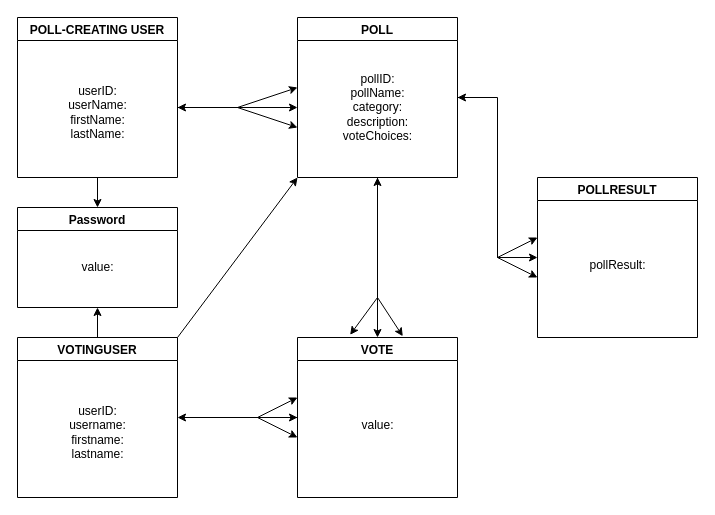
Above: Assignments/AssignmentA/DomainModel/DomainModel.drawio in LisaEliassen/DAT250_Project (draw.io), before the change. Source tidied: cells renumbered, new cells numbered last; positions are measured from the earlier drawing's top-left corner, leaving out a move shared by most shapes. Both pictures are drawn from the tidied source at 100%, with x=0, y=0 at pixel (17, 17).
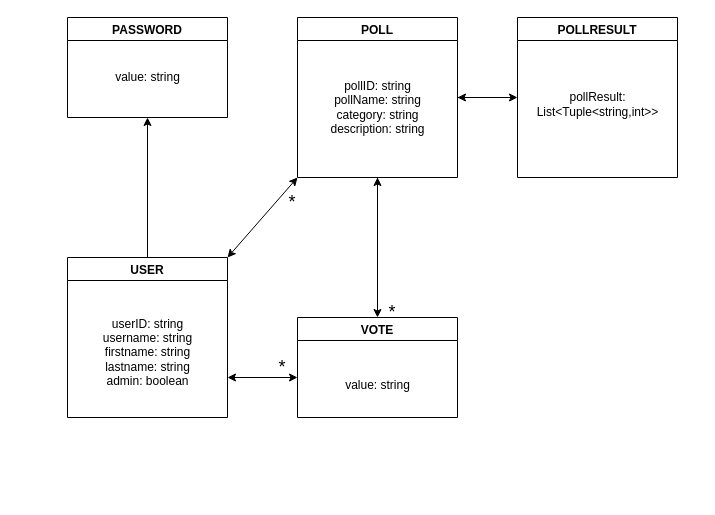
The same diagram, later.

The change refers to these unchanged cells:
```xml
<mxCell id="7" value="POLL" style="swimlane;" parent="1" vertex="1">
  <mxGeometry x="280" width="160" height="160" as="geometry" />
</mxCell>
```

What changed in the source:
```diff
@@
-    <mxCell id="2" value="POLL-CREATING USER" style="swimlane;" parent="1" vertex="1">
-      <mxGeometry width="160" height="160" as="geometry" />
-    </mxCell>
-    <mxCell id="3" value="userID:&lt;br&gt;userName:&lt;br&gt;firstName:&lt;br&gt;lastName:" style="text;html=1;align=center;verticalAlign=middle;strokeColor=none;fillColor=none;" parent="2" vertex="1">
-      <mxGeometry x="40" y="60" width="80" height="70" as="geometry" />
-    </mxCell>
-    <mxCell id="4" value="VOTINGUSER" style="swimlane;" parent="1" vertex="1">
-      <mxGeometry y="320" width="160" height="160" as="geometry" />
+    <mxCell id="4" value="USER" style="swimlane;" parent="1" vertex="1">
+      <mxGeometry x="50" y="240" width="160" height="160" as="geometry" />
     </mxCell>
-    <mxCell id="5" value="userID:&lt;br&gt;username:&lt;br&gt;firstname:&lt;br&gt;lastname:" style="text;html=1;align=center;verticalAlign=middle;strokeColor=none;fillColor=none;" parent="4" vertex="1">
-      <mxGeometry x="40" y="60" width="80" height="70" as="geometry" />
+    <mxCell id="5" value="userID: string&lt;br&gt;username: string&lt;br&gt;firstname: string&lt;br&gt;lastname: string&lt;br&gt;admin: boolean" style="text;html=1;align=center;verticalAlign=middle;strokeColor=none;fillColor=none;" parent="4" vertex="1">
+      <mxGeometry x="25" y="50" width="110" height="90" as="geometry" />
     </mxCell>
@@
-    <mxCell id="8" value="pollID:&lt;br&gt;pollName:&lt;br&gt;category:&lt;br&gt;description:&lt;br&gt;voteChoices:" style="text;html=1;align=center;verticalAlign=middle;strokeColor=none;fillColor=none;" parent="7" vertex="1">
-      <mxGeometry x="35" y="45" width="90" height="90" as="geometry" />
+    <mxCell id="8" value="pollID: string&lt;br&gt;pollName: string&lt;br&gt;category: string&lt;br&gt;description: string" style="text;html=1;align=center;verticalAlign=middle;strokeColor=none;fillColor=none;" parent="7" vertex="1">
+      <mxGeometry x="20" y="55" width="120" height="70" as="geometry" />
     </mxCell>
     <mxCell id="9" value="VOTE" style="swimlane;" parent="1" vertex="1">
-      <mxGeometry x="280" y="320" width="160" height="160" as="geometry" />
+      <mxGeometry x="280" y="300" width="160" height="100" as="geometry" />
     </mxCell>
-    <mxCell id="10" value="&lt;br&gt;value:" style="text;html=1;align=center;verticalAlign=middle;strokeColor=none;fillColor=none;" parent="9" vertex="1">
-      <mxGeometry x="50" y="60" width="60" height="40" as="geometry" />
+    <mxCell id="10" value="&lt;br&gt;value: string" style="text;html=1;align=center;verticalAlign=middle;strokeColor=none;fillColor=none;" parent="9" vertex="1">
+      <mxGeometry x="35" y="40" width="90" height="40" as="geometry" />
     </mxCell>
-    <mxCell id="11" style="endArrow=classic;html=1;rounded=0;" parent="1" edge="1">
-      <mxGeometry relative="1" as="geometry">
-        <mxPoint x="220" y="90" as="sourcePoint" />
-        <mxPoint x="280" y="110" as="targetPoint" />
-      </mxGeometry>
-    </mxCell>
-    <mxCell id="12" style="endArrow=classic;html=1;rounded=0;" parent="1" edge="1">
-      <mxGeometry relative="1" as="geometry">
-        <mxPoint x="220" y="90" as="sourcePoint" />
-        <mxPoint x="280" y="70" as="targetPoint" />
-      </mxGeometry>
-    </mxCell>
+    <mxCell id="33" value="&lt;font style=&quot;font-size: 18px;&quot;&gt;*&lt;/font&gt;" style="text;html=1;strokeColor=none;fillColor=none;align=center;verticalAlign=middle;whiteSpace=wrap;rounded=0;" parent="9" vertex="1">
+      <mxGeometry x="70" y="-20" width="50" height="30" as="geometry" />
+    </mxCell>
     <mxCell id="13" value="POLLRESULT" style="swimlane;" parent="1" vertex="1">
-      <mxGeometry x="520" y="160" width="160" height="160" as="geometry" />
+      <mxGeometry x="500" width="160" height="160" as="geometry" />
     </mxCell>
-    <mxCell id="14" value="&lt;br&gt;pollResult:" style="text;html=1;align=center;verticalAlign=middle;strokeColor=none;fillColor=none;" parent="13" vertex="1">
-      <mxGeometry x="40" y="60" width="80" height="40" as="geometry" />
+    <mxCell id="14" value="&lt;br&gt;pollResult: &lt;br&gt;List&amp;lt;Tuple&amp;lt;string,int&amp;gt;&amp;gt;" style="text;html=1;align=center;verticalAlign=middle;strokeColor=none;fillColor=none;" parent="13" vertex="1">
+      <mxGeometry x="5" y="50" width="150" height="60" as="geometry" />
     </mxCell>
-    <mxCell id="15" style="endArrow=classic;html=1;rounded=0;" parent="1" edge="1">
-      <mxGeometry relative="1" as="geometry">
-        <mxPoint x="160" y="90" as="sourcePoint" />
-        <mxPoint x="280" y="90" as="targetPoint" />
-      </mxGeometry>
-    </mxCell>
@@
-    <mxCell id="17" style="endArrow=classic;html=1;rounded=0;" parent="1" edge="1">
-      <mxGeometry relative="1" as="geometry">
-        <mxPoint x="480" y="240" as="sourcePoint" />
-        <mxPoint x="520" y="260" as="targetPoint" />
-      </mxGeometry>
-    </mxCell>
-    <mxCell id="18" style="endArrow=classic;html=1;rounded=0;" parent="1" edge="1">
-      <mxGeometry relative="1" as="geometry">
-        <mxPoint x="480" y="240" as="sourcePoint" />
-        <mxPoint x="520" y="220" as="targetPoint" />
-      </mxGeometry>
-    </mxCell>
@@
-    <mxCell id="20" style="endArrow=classic;html=1;rounded=0;" parent="1" edge="1">
-      <mxGeometry relative="1" as="geometry">
-        <mxPoint x="220" y="90" as="sourcePoint" />
-        <mxPoint x="160" y="90" as="targetPoint" />
-      </mxGeometry>
-    </mxCell>
@@
-    <mxCell id="22" style="endArrow=classic;html=1;rounded=0;entryX=1;entryY=0.5;entryDx=0;entryDy=0;exitX=0;exitY=0.5;exitDx=0;exitDy=0;" parent="1" edge="1" source="9" target="4">
-      <mxGeometry relative="1" as="geometry" />
-    </mxCell>
-    <mxCell id="23" style="endArrow=classic;html=1;rounded=0;entryX=0;entryY=0.5;entryDx=0;entryDy=0;" parent="1" edge="1" target="9">
-      <mxGeometry relative="1" as="geometry">
-        <mxPoint x="210" y="400" as="sourcePoint" />
-      </mxGeometry>
-    </mxCell>
-    <mxCell id="24" style="endArrow=classic;html=1;rounded=0;entryX=0.329;entryY=-0.017;entryDx=0;entryDy=0;entryPerimeter=0;" parent="1" edge="1" target="9">
-      <mxGeometry relative="1" as="geometry">
-        <mxPoint x="360" y="280" as="sourcePoint" />
-      </mxGeometry>
-    </mxCell>
-    <mxCell id="25" style="endArrow=classic;html=1;rounded=0;entryX=0.658;entryY=-0.008;entryDx=0;entryDy=0;entryPerimeter=0;" parent="1" edge="1" target="9">
-      <mxGeometry relative="1" as="geometry">
-        <mxPoint x="360" y="280" as="sourcePoint" />
-      </mxGeometry>
-    </mxCell>
-    <mxCell id="26" value="Password" style="swimlane;" parent="1" vertex="1">
-      <mxGeometry y="190" width="160" height="100" as="geometry" />
+    <mxCell id="26" value="PASSWORD" style="swimlane;" parent="1" vertex="1">
+      <mxGeometry x="50" width="160" height="100" as="geometry" />
     </mxCell>
-    <mxCell id="27" value="value:" style="text;html=1;align=center;verticalAlign=middle;strokeColor=none;fillColor=none;" parent="26" vertex="1">
-      <mxGeometry x="50" y="45" width="60" height="30" as="geometry" />
+    <mxCell id="27" value="value: string" style="text;html=1;align=center;verticalAlign=middle;strokeColor=none;fillColor=none;" parent="26" vertex="1">
+      <mxGeometry x="35" y="45" width="90" height="30" as="geometry" />
     </mxCell>
-    <mxCell id="28" style="endArrow=classic;html=1;rounded=0;exitX=0.5;exitY=1;exitDx=0;exitDy=0;entryX=0.5;entryY=0;entryDx=0;entryDy=0;" parent="1" edge="1" source="2" target="26">
-      <mxGeometry relative="1" as="geometry" />
-    </mxCell>
@@
-    <mxCell id="30" style="endArrow=classic;html=1;rounded=0;" parent="1" edge="1">
-      <mxGeometry relative="1" as="geometry">
-        <mxPoint x="240" y="400" as="sourcePoint" />
-        <mxPoint x="280" y="380" as="targetPoint" />
-      </mxGeometry>
-    </mxCell>
-    <mxCell id="31" style="endArrow=classic;html=1;rounded=0;" parent="1" edge="1">
-      <mxGeometry relative="1" as="geometry">
-        <mxPoint x="240" y="400" as="sourcePoint" />
-        <mxPoint x="280" y="420" as="targetPoint" />
-      </mxGeometry>
-    </mxCell>
-    <mxCell id="32" style="endArrow=classic;html=1;rounded=0;exitX=1;exitY=0;exitDx=0;exitDy=0;entryX=0;entryY=1;entryDx=0;entryDy=0;" parent="1" edge="1" source="4" target="7">
+    <mxCell id="32" style="endArrow=classic;startArrow=classic;html=1;rounded=0;entryX=0;entryY=1;entryDx=0;entryDy=0;exitX=1;exitY=0;exitDx=0;exitDy=0;" parent="1" edge="1" source="4" target="7">
       <mxGeometry relative="1" as="geometry" />
     </mxCell>
+    <mxCell id="34" value="&lt;font style=&quot;font-size: 18px;&quot;&gt;*&lt;/font&gt;" style="text;html=1;strokeColor=none;fillColor=none;align=center;verticalAlign=middle;whiteSpace=wrap;rounded=0;" parent="1" vertex="1">
+      <mxGeometry x="250" y="170" width="50" height="30" as="geometry" />
+    </mxCell>
+    <mxCell id="35" value="&lt;font style=&quot;font-size: 18px;&quot;&gt;*&lt;/font&gt;" style="text;html=1;strokeColor=none;fillColor=none;align=center;verticalAlign=middle;whiteSpace=wrap;rounded=0;" parent="1" vertex="1">
+      <mxGeometry x="240" y="335" width="50" height="30" as="geometry" />
+    </mxCell>
+    <mxCell id="36" style="endArrow=classic;startArrow=classic;html=1;rounded=0;" parent="1" edge="1">
+      <mxGeometry relative="1" as="geometry">
+        <mxPoint x="210" y="360" as="sourcePoint" />
+        <mxPoint x="280" y="360" as="targetPoint" />
+      </mxGeometry>
+    </mxCell>
```
